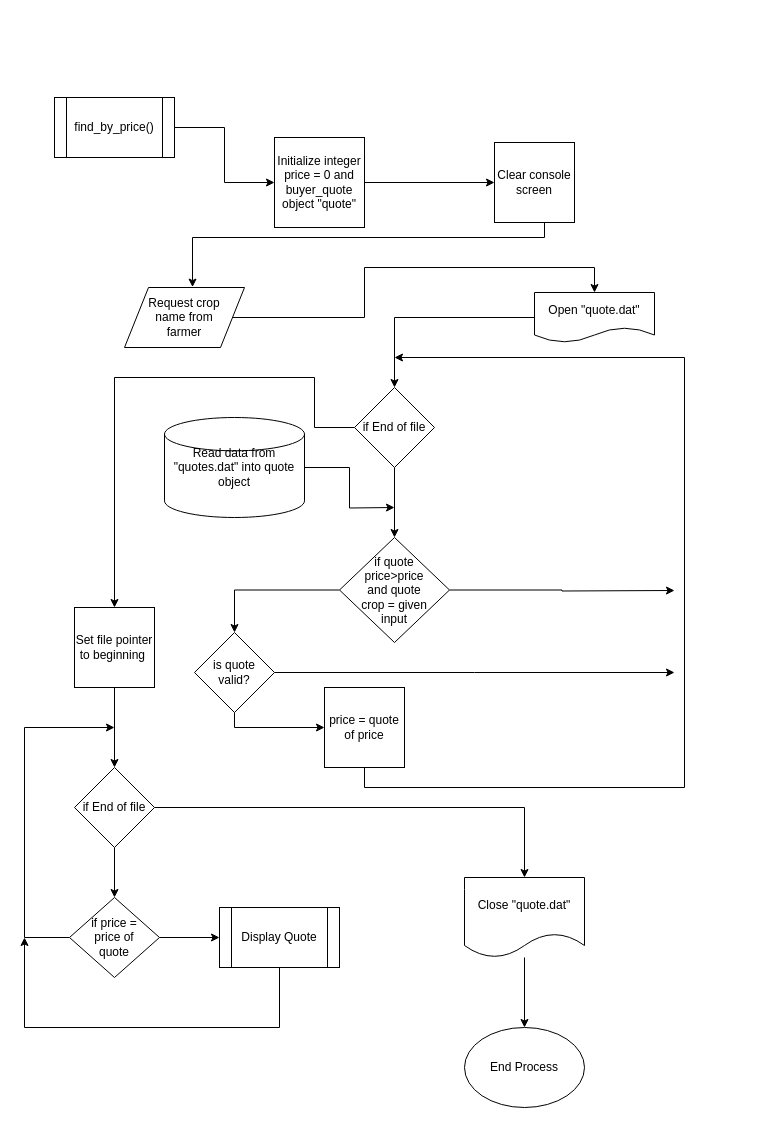
The draw.io diagram Flow Charts/12. find_by_price.drawio in dhruvbanerjee77/FARMHOUSE-A-Marketing-Portal, before the edit. Source tidied: cells renumbered, new cells numbered last; positions are measured from the earlier drawing's top-left corner, leaving out a move shared by most shapes. Both pictures are drawn from the tidied source at 100%, with x=0, y=0 at pixel (24, 97).
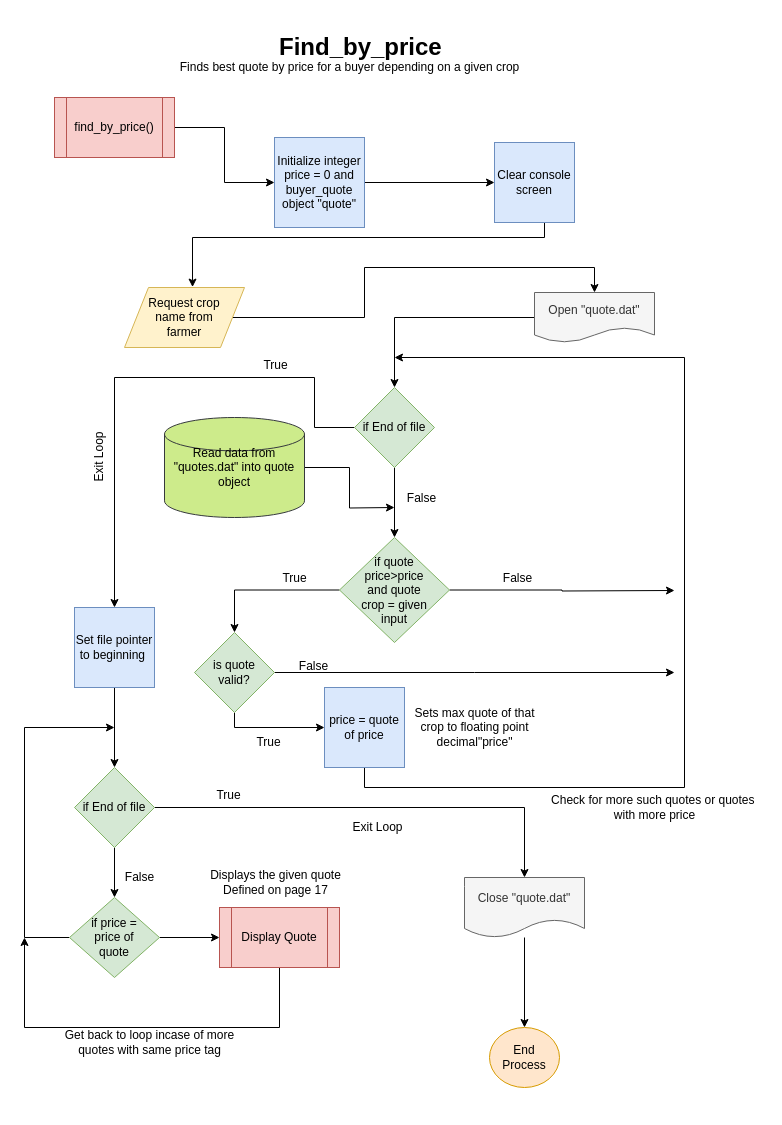
Above is the later version.

The edit, as a diff of the source:
```diff
@@
-    <mxCell id="3" value="find_by_price()" style="shape=process;whiteSpace=wrap;html=1;backgroundOutline=1;" parent="1" vertex="1">
+    <mxCell id="3" value="find_by_price()" style="shape=process;whiteSpace=wrap;html=1;backgroundOutline=1;fillColor=#f8cecc;strokeColor=#b85450;" parent="1" vertex="1">
       <mxGeometry x="30" width="120" height="60" as="geometry" />
     </mxCell>
@@
-    <mxCell id="5" value="Initialize integer price = 0 and buyer_quote object &quot;quote&quot;" style="whiteSpace=wrap;html=1;" parent="1" vertex="1">
+    <mxCell id="5" value="Initialize integer price = 0 and buyer_quote object &quot;quote&quot;" style="whiteSpace=wrap;html=1;fillColor=#dae8fc;strokeColor=#6c8ebf;" parent="1" vertex="1">
       <mxGeometry x="250" y="40" width="90" height="90" as="geometry" />
     </mxCell>
@@
-    <mxCell id="7" value="Clear console screen" style="whiteSpace=wrap;html=1;" parent="1" vertex="1">
+    <mxCell id="7" value="Clear console screen" style="whiteSpace=wrap;html=1;fillColor=#dae8fc;strokeColor=#6c8ebf;" parent="1" vertex="1">
       <mxGeometry x="470" y="45" width="80" height="80" as="geometry" />
     </mxCell>
@@
-    <mxCell id="9" value="Request crop name from farmer" style="shape=parallelogram;perimeter=parallelogramPerimeter;whiteSpace=wrap;html=1;spacingLeft=15;spacingRight=15;" parent="1" vertex="1">
+    <mxCell id="9" value="Request crop name from farmer" style="shape=parallelogram;perimeter=parallelogramPerimeter;whiteSpace=wrap;html=1;spacingLeft=15;spacingRight=15;fillColor=#fff2cc;strokeColor=#d6b656;" parent="1" vertex="1">
       <mxGeometry x="100" y="190" width="120" height="60" as="geometry" />
     </mxCell>
@@
-    <mxCell id="11" value="Open &quot;quote.dat&quot;" style="shape=document;whiteSpace=wrap;html=1;boundedLbl=1;" parent="1" vertex="1">
+    <mxCell id="11" value="Open &quot;quote.dat&quot;" style="shape=document;whiteSpace=wrap;html=1;boundedLbl=1;fillColor=#f5f5f5;strokeColor=#666666;fontColor=#333333;" parent="1" vertex="1">
       <mxGeometry x="510" y="195" width="120" height="50" as="geometry" />
     </mxCell>
@@
-    <mxCell id="14" value="if End of file" style="rhombus;whiteSpace=wrap;html=1;" parent="1" vertex="1">
+    <mxCell id="14" value="if End of file" style="rhombus;whiteSpace=wrap;html=1;fillColor=#d5e8d4;strokeColor=#82b366;" parent="1" vertex="1">
       <mxGeometry x="330" y="290" width="80" height="80" as="geometry" />
     </mxCell>
@@
-    <mxCell id="17" value="if quote price&amp;gt;price and quote crop = given input" style="rhombus;whiteSpace=wrap;html=1;spacingLeft=15;spacingRight=15;" parent="1" vertex="1">
+    <mxCell id="17" value="if quote price&amp;gt;price and quote crop = given input" style="rhombus;whiteSpace=wrap;html=1;spacingLeft=15;spacingRight=15;fillColor=#d5e8d4;strokeColor=#82b366;" parent="1" vertex="1">
       <mxGeometry x="315" y="440" width="110" height="105" as="geometry" />
     </mxCell>
@@
-    <mxCell id="20" value="is quote &lt;br&gt;valid?" style="rhombus;whiteSpace=wrap;html=1;" parent="1" vertex="1">
+    <mxCell id="20" value="is quote &lt;br&gt;valid?" style="rhombus;whiteSpace=wrap;html=1;fillColor=#d5e8d4;strokeColor=#82b366;" parent="1" vertex="1">
       <mxGeometry x="170" y="535" width="80" height="80" as="geometry" />
     </mxCell>
@@
-    <mxCell id="22" value="Read data from &quot;quotes.dat&quot; into quote object" style="strokeWidth=1;html=1;shape=mxgraph.flowchart.database;whiteSpace=wrap;" parent="1" vertex="1">
+    <mxCell id="22" value="Read data from &quot;quotes.dat&quot; into quote object" style="strokeWidth=1;html=1;shape=mxgraph.flowchart.database;whiteSpace=wrap;fillColor=#cdeb8b;strokeColor=#36393d;" parent="1" vertex="1">
       <mxGeometry x="140" y="320" width="140" height="100" as="geometry" />
     </mxCell>
@@
-    <mxCell id="24" value="price = quote of price" style="whiteSpace=wrap;html=1;strokeWidth=1;" parent="1" vertex="1">
+    <mxCell id="24" value="price = quote of price" style="whiteSpace=wrap;html=1;strokeWidth=1;fillColor=#dae8fc;strokeColor=#6c8ebf;" parent="1" vertex="1">
       <mxGeometry x="300" y="590" width="80" height="80" as="geometry" />
     </mxCell>
@@
-    <mxCell id="26" value="Set file pointer to beginning&amp;nbsp;" style="whiteSpace=wrap;html=1;strokeWidth=1;" parent="1" vertex="1">
+    <mxCell id="26" value="Set file pointer to beginning&amp;nbsp;" style="whiteSpace=wrap;html=1;strokeWidth=1;fillColor=#dae8fc;strokeColor=#6c8ebf;" parent="1" vertex="1">
       <mxGeometry x="50" y="510" width="80" height="80" as="geometry" />
     </mxCell>
@@
-    <mxCell id="29" value="if End of file" style="rhombus;whiteSpace=wrap;html=1;" parent="1" vertex="1">
+    <mxCell id="29" value="if End of file" style="rhombus;whiteSpace=wrap;html=1;fillColor=#d5e8d4;strokeColor=#82b366;" parent="1" vertex="1">
       <mxGeometry x="50" y="670" width="80" height="80" as="geometry" />
     </mxCell>
@@
-    <mxCell id="32" value="if price = price of quote" style="rhombus;whiteSpace=wrap;html=1;strokeWidth=1;spacingLeft=15;spacingRight=15;" parent="1" vertex="1">
+    <mxCell id="32" value="if price = price of quote" style="rhombus;whiteSpace=wrap;html=1;strokeWidth=1;spacingLeft=15;spacingRight=15;fillColor=#d5e8d4;strokeColor=#82b366;" parent="1" vertex="1">
       <mxGeometry x="45" y="800" width="90" height="80" as="geometry" />
     </mxCell>
@@
-    <mxCell id="34" value="Display Quote" style="shape=process;whiteSpace=wrap;html=1;backgroundOutline=1;strokeWidth=1;" parent="1" vertex="1">
+    <mxCell id="34" value="Display Quote" style="shape=process;whiteSpace=wrap;html=1;backgroundOutline=1;strokeWidth=1;fillColor=#f8cecc;strokeColor=#b85450;" parent="1" vertex="1">
       <mxGeometry x="195" y="810" width="120" height="60" as="geometry" />
     </mxCell>
-    <mxCell id="35" value="End Process" style="ellipse;whiteSpace=wrap;html=1;strokeWidth=1;" parent="1" vertex="1">
-      <mxGeometry x="440" y="930" width="120" height="80" as="geometry" />
+    <mxCell id="35" value="End Process" style="ellipse;whiteSpace=wrap;html=1;strokeWidth=1;fillColor=#ffe6cc;strokeColor=#d79b00;" parent="1" vertex="1">
+      <mxGeometry x="465" y="930" width="70" height="60" as="geometry" />
     </mxCell>
@@
-    <mxCell id="37" value="Close &quot;quote.dat&quot;" style="shape=document;whiteSpace=wrap;html=1;boundedLbl=1;strokeWidth=1;" parent="1" vertex="1">
-      <mxGeometry x="440" y="780" width="120" height="80" as="geometry" />
+    <mxCell id="37" value="Close &quot;quote.dat&quot;" style="shape=document;whiteSpace=wrap;html=1;boundedLbl=1;strokeWidth=1;fillColor=#f5f5f5;strokeColor=#666666;fontColor=#333333;" parent="1" vertex="1">
+      <mxGeometry x="440" y="780" width="120" height="60" as="geometry" />
     </mxCell>
+    <mxCell id="38" value="&lt;h1&gt;Find_by_price&lt;/h1&gt;" style="text;html=1;strokeColor=none;fillColor=none;spacing=5;spacingTop=-20;whiteSpace=wrap;overflow=hidden;rounded=0;" parent="1" vertex="1">
+      <mxGeometry x="250" y="-70" width="190" height="40" as="geometry" />
+    </mxCell>
+    <mxCell id="39" value="Finds best quote by price for a buyer depending on a given crop" style="text;html=1;align=center;verticalAlign=middle;" parent="1" vertex="1">
+      <mxGeometry x="150" y="-40" width="350" height="20" as="geometry" />
+    </mxCell>
+    <mxCell id="40" value="False" style="text;html=1;align=center;verticalAlign=middle;" parent="1" vertex="1">
+      <mxGeometry x="372" y="391" width="50" height="20" as="geometry" />
+    </mxCell>
+    <mxCell id="41" value="True" style="text;html=1;align=center;verticalAlign=middle;" parent="1" vertex="1">
+      <mxGeometry x="231" y="258" width="40" height="20" as="geometry" />
+    </mxCell>
+    <mxCell id="42" value="False" style="text;html=1;align=center;verticalAlign=middle;" parent="1" vertex="1">
+      <mxGeometry x="468" y="471" width="50" height="20" as="geometry" />
+    </mxCell>
+    <mxCell id="43" value="Sets max quote of that&lt;br&gt;crop to floating point &lt;br&gt;decimal&quot;price&quot;" style="text;html=1;align=center;verticalAlign=middle;" parent="1" vertex="1">
+      <mxGeometry x="380" y="605" width="140" height="50" as="geometry" />
+    </mxCell>
+    <mxCell id="44" value="True" style="text;html=1;align=center;verticalAlign=middle;" parent="1" vertex="1">
+      <mxGeometry x="250" y="471" width="40" height="20" as="geometry" />
+    </mxCell>
+    <mxCell id="45" value="False" style="text;html=1;align=center;verticalAlign=middle;" parent="1" vertex="1">
+      <mxGeometry x="264" y="559" width="50" height="20" as="geometry" />
+    </mxCell>
+    <mxCell id="46" value="True" style="text;html=1;align=center;verticalAlign=middle;" parent="1" vertex="1">
+      <mxGeometry x="224" y="635" width="40" height="20" as="geometry" />
+    </mxCell>
+    <mxCell id="47" value="Check for more such quotes or quotes&amp;nbsp;&lt;br&gt;with more price" style="text;html=1;align=center;verticalAlign=middle;" parent="1" vertex="1">
+      <mxGeometry x="520" y="695" width="220" height="30" as="geometry" />
+    </mxCell>
+    <mxCell id="48" value="Exit Loop" style="text;html=1;align=center;verticalAlign=middle;rotation=270;" parent="1" vertex="1">
+      <mxGeometry x="40" y="350" width="70" height="20" as="geometry" />
+    </mxCell>
+    <mxCell id="49" value="False" style="text;html=1;align=center;verticalAlign=middle;" parent="1" vertex="1">
+      <mxGeometry x="90" y="770" width="50" height="20" as="geometry" />
+    </mxCell>
+    <mxCell id="50" value="True" style="text;html=1;align=center;verticalAlign=middle;" parent="1" vertex="1">
+      <mxGeometry x="184" y="688" width="40" height="20" as="geometry" />
+    </mxCell>
+    <mxCell id="51" value="Exit Loop" style="text;html=1;align=center;verticalAlign=middle;" parent="1" vertex="1">
+      <mxGeometry x="318" y="720" width="70" height="20" as="geometry" />
+    </mxCell>
+    <mxCell id="52" value="Displays the given quote&lt;br&gt;Defined on page 17" style="text;html=1;align=center;verticalAlign=middle;" parent="1" vertex="1">
+      <mxGeometry x="176" y="770" width="150" height="30" as="geometry" />
+    </mxCell>
+    <mxCell id="53" value="Get back to loop incase of more&lt;br&gt;quotes with same price tag" style="text;html=1;align=center;verticalAlign=middle;" parent="1" vertex="1">
+      <mxGeometry x="30" y="930" width="190" height="30" as="geometry" />
+    </mxCell>
```
